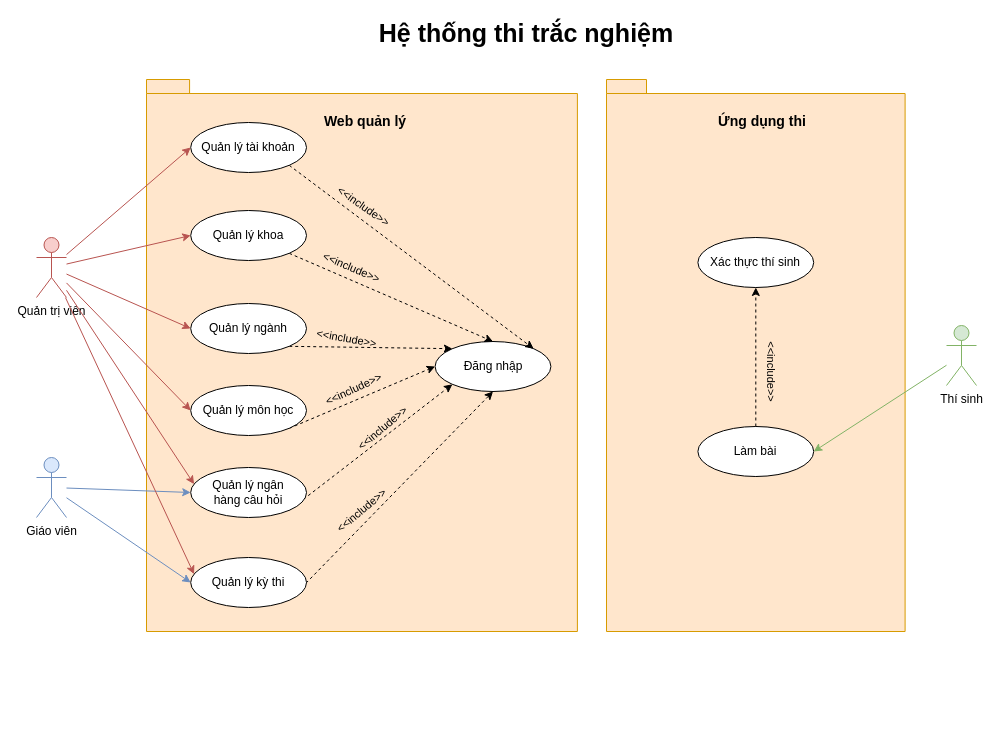
copecute/do-an-tot-nghiep keeps this draw.io diagram as Documents/draw/usecase/usecase-tong-quat.drawio. Above is the earlier version. Source tidied: cells renumbered, new cells numbered last; positions are measured from the earlier drawing's top-left corner, leaving out a move shared by most shapes. Both pictures are drawn from the tidied source at 100%, with x=0, y=0 at pixel (36, 17).
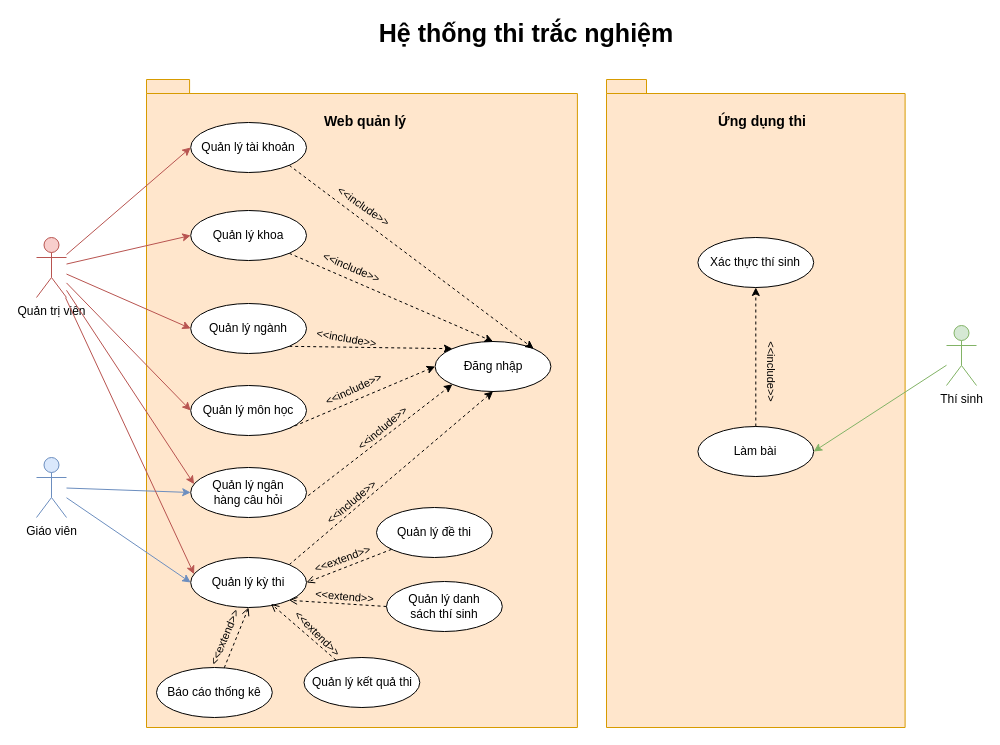
After the change.

The change refers to these unchanged cells:
```xml
<mxCell id="16" value="Đăng nhập" style="ellipse;whiteSpace=wrap;html=1;" parent="1" vertex="1">
  <mxGeometry x="398.6" y="324" width="115.8" height="50" as="geometry" />
</mxCell>
<mxCell id="28" value="Quản lý kỳ thi" style="ellipse;whiteSpace=wrap;html=1;" parent="1" vertex="1">
  <mxGeometry x="154.2" y="540" width="115.8" height="50" as="geometry" />
</mxCell>
```

What changed in the source:
```diff
@@
     <mxCell id="2" style="shape=folder;fontStyle=1;spacingTop=10;tabWidth=40;tabHeight=14;tabPosition=left;html=1;whiteSpace=wrap;fillColor=#ffe6cc;strokeColor=#d79b00;" parent="1" vertex="1">
-      <mxGeometry x="110" y="62" width="430.9" height="552" as="geometry" />
+      <mxGeometry x="110" y="62" width="430.9" height="648" as="geometry" />
     </mxCell>
@@
     <mxCell id="9" style="shape=folder;fontStyle=1;spacingTop=10;tabWidth=40;tabHeight=14;tabPosition=left;html=1;whiteSpace=wrap;fillColor=#ffe6cc;strokeColor=#d79b00;" parent="1" vertex="1">
-      <mxGeometry x="570" y="62" width="298.6" height="552" as="geometry" />
+      <mxGeometry x="570" y="62" width="298.6" height="648" as="geometry" />
     </mxCell>
@@
-    <mxCell id="27" style="edgeStyle=none;shape=connector;rounded=0;jettySize=auto;html=1;exitX=1;exitY=1;exitDx=0;exitDy=0;entryX=0.5;entryY=1;entryDx=0;entryDy=0;dashed=1;labelBackgroundColor=default;strokeColor=default;align=center;verticalAlign=middle;fontFamily=Helvetica;fontSize=11;fontColor=default;endArrow=classic;" parent="1" edge="1" source="28" target="16">
+    <mxCell id="27" style="edgeStyle=none;shape=connector;rounded=0;jettySize=auto;html=1;exitX=1;exitY=0;exitDx=0;exitDy=0;entryX=0.5;entryY=1;entryDx=0;entryDy=0;dashed=1;labelBackgroundColor=default;strokeColor=default;align=center;verticalAlign=middle;fontFamily=Helvetica;fontSize=11;fontColor=default;endArrow=classic;" parent="1" edge="1" source="28" target="16">
       <mxGeometry relative="1" as="geometry" />
     </mxCell>
@@
     <mxCell id="41" value="&amp;lt;&amp;lt;include&amp;gt;&amp;gt;" style="text;html=1;align=center;verticalAlign=middle;strokeColor=none;fillColor=none;fontSize=11;fontFamily=Helvetica;fontColor=default;rotation=-40;" parent="1" vertex="1">
-      <mxGeometry x="285.4" y="478" width="80" height="30" as="geometry" />
+      <mxGeometry x="275" y="470" width="80" height="30" as="geometry" />
     </mxCell>
+    <mxCell id="42" style="rounded=0;jettySize=auto;html=1;entryX=1;entryY=0.5;entryDx=0;entryDy=0;endArrow=open;endFill=0;dashed=1;" parent="1" edge="1" source="43" target="28">
+      <mxGeometry relative="1" as="geometry" />
+    </mxCell>
+    <mxCell id="43" value="Quản lý đề thi" style="ellipse;whiteSpace=wrap;html=1;" parent="1" vertex="1">
+      <mxGeometry x="340" y="490" width="115.8" height="50" as="geometry" />
+    </mxCell>
+    <mxCell id="44" style="edgeStyle=none;shape=connector;rounded=0;jettySize=auto;html=1;exitX=0;exitY=0.5;exitDx=0;exitDy=0;entryX=1;entryY=1;entryDx=0;entryDy=0;dashed=1;labelBackgroundColor=default;strokeColor=default;align=center;verticalAlign=middle;fontFamily=Helvetica;fontSize=11;fontColor=default;endArrow=open;endFill=0;" parent="1" edge="1" source="45" target="28">
+      <mxGeometry relative="1" as="geometry" />
+    </mxCell>
+    <mxCell id="45" value="Quản lý danh&lt;br&gt;sách thí sinh" style="ellipse;whiteSpace=wrap;html=1;" parent="1" vertex="1">
+      <mxGeometry x="350" y="564" width="115.8" height="50" as="geometry" />
+    </mxCell>
+    <mxCell id="46" value="Quản lý kết quả thi" style="ellipse;whiteSpace=wrap;html=1;" parent="1" vertex="1">
+      <mxGeometry x="267.5" y="640" width="115.8" height="50" as="geometry" />
+    </mxCell>
+    <mxCell id="47" style="edgeStyle=none;shape=connector;rounded=0;jettySize=auto;html=1;entryX=0.5;entryY=1;entryDx=0;entryDy=0;dashed=1;labelBackgroundColor=default;strokeColor=default;align=center;verticalAlign=middle;fontFamily=Helvetica;fontSize=11;fontColor=default;endArrow=open;endFill=0;" parent="1" edge="1" source="48" target="28">
+      <mxGeometry relative="1" as="geometry" />
+    </mxCell>
+    <mxCell id="48" value="Báo cáo thống kê" style="ellipse;whiteSpace=wrap;html=1;" parent="1" vertex="1">
+      <mxGeometry x="120" y="650" width="115.8" height="50" as="geometry" />
+    </mxCell>
+    <mxCell id="49" style="edgeStyle=none;shape=connector;rounded=0;jettySize=auto;html=1;entryX=0.694;entryY=0.927;entryDx=0;entryDy=0;entryPerimeter=0;dashed=1;labelBackgroundColor=default;strokeColor=default;align=center;verticalAlign=middle;fontFamily=Helvetica;fontSize=11;fontColor=default;endArrow=open;endFill=0;" parent="1" edge="1" source="46" target="28">
+      <mxGeometry relative="1" as="geometry" />
+    </mxCell>
+    <mxCell id="50" value="&amp;lt;&amp;lt;extend&amp;gt;&amp;gt;" style="text;html=1;align=center;verticalAlign=middle;strokeColor=none;fillColor=none;fontSize=11;fontFamily=Helvetica;fontColor=default;rotation=5;" parent="1" vertex="1">
+      <mxGeometry x="267.5" y="564" width="80" height="30" as="geometry" />
+    </mxCell>
+    <mxCell id="51" value="&amp;lt;&amp;lt;extend&amp;gt;&amp;gt;" style="text;html=1;align=center;verticalAlign=middle;strokeColor=none;fillColor=none;fontSize=11;fontFamily=Helvetica;fontColor=default;rotation=-20;" parent="1" vertex="1">
+      <mxGeometry x="265.5" y="527" width="80" height="30" as="geometry" />
+    </mxCell>
+    <mxCell id="52" value="&amp;lt;&amp;lt;extend&amp;gt;&amp;gt;" style="text;html=1;align=center;verticalAlign=middle;strokeColor=none;fillColor=none;fontSize=11;fontFamily=Helvetica;fontColor=default;rotation=45;" parent="1" vertex="1">
+      <mxGeometry x="241" y="601" width="80" height="30" as="geometry" />
+    </mxCell>
+    <mxCell id="53" value="&amp;lt;&amp;lt;extend&amp;gt;&amp;gt;" style="text;html=1;align=center;verticalAlign=middle;strokeColor=none;fillColor=none;fontSize=11;fontFamily=Helvetica;fontColor=default;rotation=-67;" parent="1" vertex="1">
+      <mxGeometry x="148.4" y="605" width="80" height="30" as="geometry" />
+    </mxCell>
```
